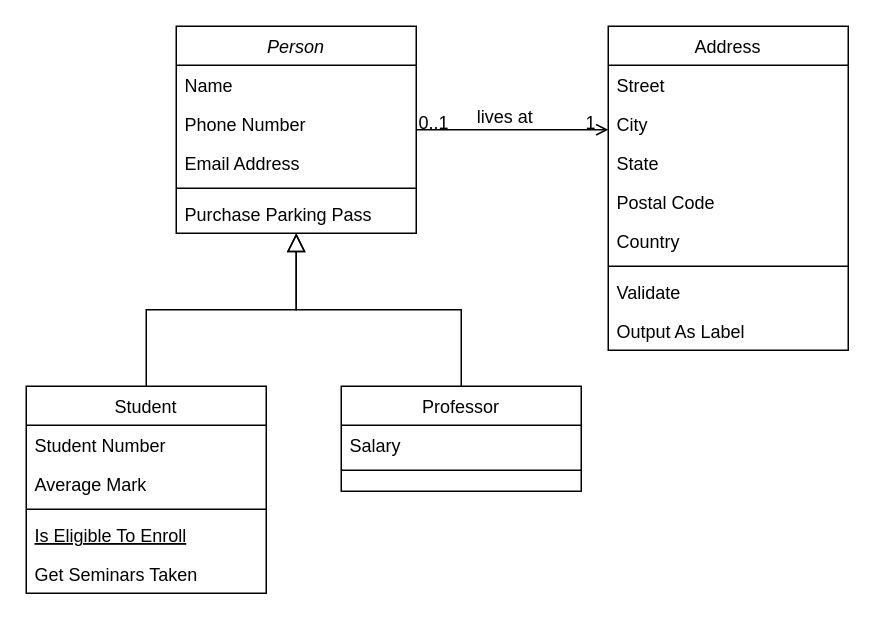
This is Untitled Diagram.drawio from c3b22/ecom, a draw.io file, before an edit. Source tidied: cells renumbered, new cells numbered last; positions are measured from the earlier drawing's top-left corner, leaving out a move shared by most shapes. Both pictures are drawn from the tidied source at 150%, with x=0, y=0 at pixel (26, 26).
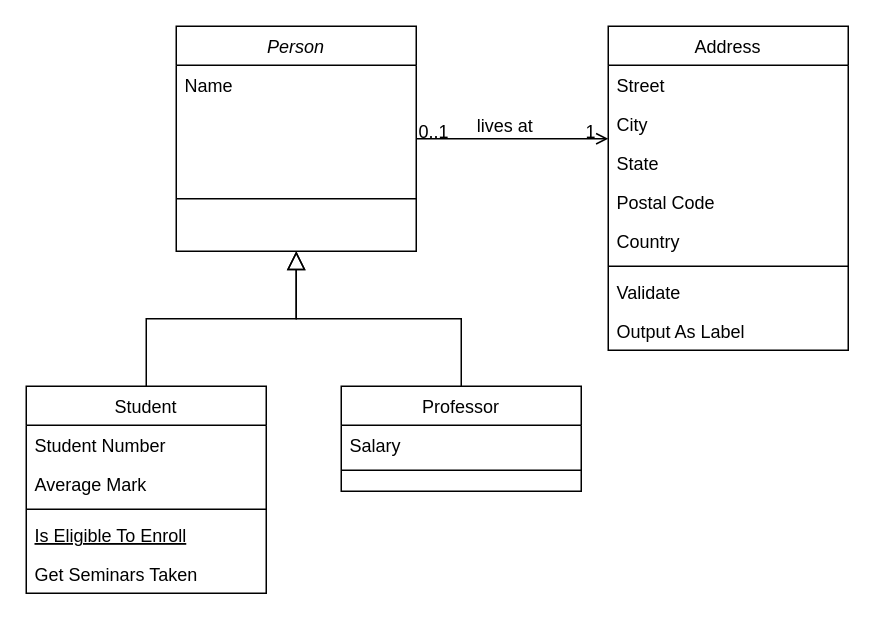
The same page after the edit.

The edit, as a diff of the source:
```diff
@@
     <mxCell id="2" value="Person" style="swimlane;fontStyle=2;align=center;verticalAlign=top;horizontal=1;startSize=26;rounded=0;shadow=0;strokeWidth=1;" parent="1" vertex="1">
-      <mxGeometry x="100" width="160" height="138" as="geometry" />
+      <mxGeometry x="100" width="160" height="150" as="geometry" />
     </mxCell>
     <mxCell id="3" value="Name" style="text;align=left;verticalAlign=top;spacingLeft=4;spacingRight=4;overflow=hidden;" parent="2" vertex="1">
-      <mxGeometry y="26" width="160" height="26" as="geometry" />
+      <mxGeometry y="26" width="160" height="54" as="geometry" />
     </mxCell>
-    <mxCell id="4" value="Phone Number" style="text;align=left;verticalAlign=top;spacingLeft=4;spacingRight=4;overflow=hidden;rounded=0;shadow=0;html=0;" parent="2" vertex="1">
-      <mxGeometry y="52" width="160" height="26" as="geometry" />
-    </mxCell>
-    <mxCell id="5" value="Email Address" style="text;align=left;verticalAlign=top;spacingLeft=4;spacingRight=4;overflow=hidden;rounded=0;shadow=0;html=0;" parent="2" vertex="1">
-      <mxGeometry y="78" width="160" height="26" as="geometry" />
-    </mxCell>
     <mxCell id="6" style="line;html=1;strokeWidth=1;align=left;verticalAlign=middle;spacingTop=-1;spacingLeft=3;spacingRight=3;labelPosition=right;" parent="2" vertex="1">
-      <mxGeometry y="104" width="160" height="8" as="geometry" />
+      <mxGeometry y="80" width="160" height="70" as="geometry" />
     </mxCell>
-    <mxCell id="7" value="Purchase Parking Pass" style="text;align=left;verticalAlign=top;spacingLeft=4;spacingRight=4;overflow=hidden;" parent="2" vertex="1">
-      <mxGeometry y="112" width="160" height="26" as="geometry" />
-    </mxCell>
```
